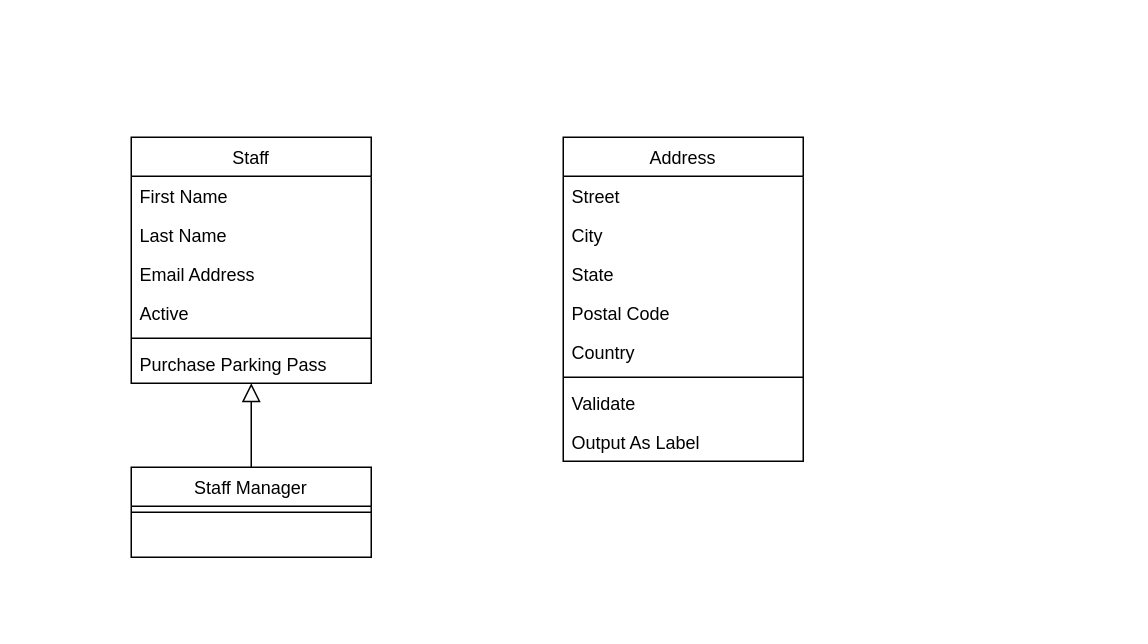
Above: Planner.drawio in Henchway/Planner (draw.io), before the change. Source tidied: cells renumbered, new cells numbered last; positions are measured from the earlier drawing's top-left corner, leaving out a move shared by most shapes. Both pictures are drawn from the tidied source at 150%, with x=0, y=0 at pixel (130, 136).
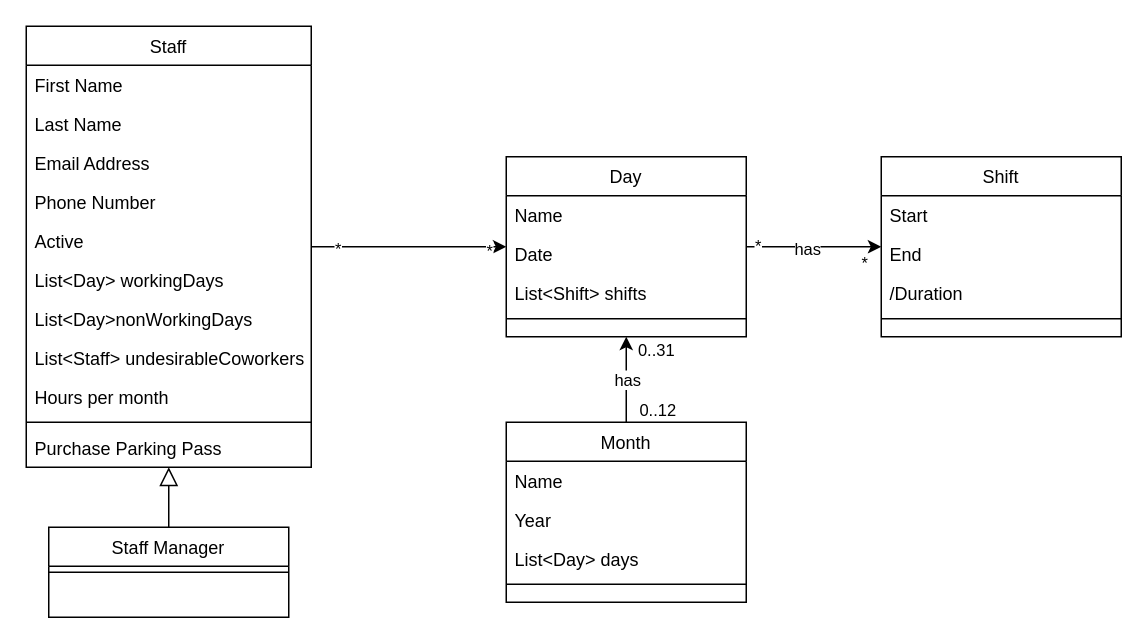
Above is the later version.

The edit, as a diff of the source:
```diff
@@
+    <mxCell id="21" style="edgeStyle=orthogonalEdgeStyle;rounded=0;jettySize=auto;html=1;" parent="1" edge="1" source="2" target="34">
+      <mxGeometry relative="1" as="geometry" />
+    </mxCell>
+    <mxCell id="22" value="*" style="edgeLabel;html=1;align=center;verticalAlign=middle;" parent="21" vertex="1">
+      <mxGeometry x="-0.74" y="-1" relative="1" as="geometry" />
+    </mxCell>
+    <mxCell id="23" value="*" style="edgeLabel;html=1;align=center;verticalAlign=middle;" parent="21" vertex="1">
+      <mxGeometry x="0.82" y="-2" relative="1" as="geometry" />
+    </mxCell>
     <mxCell id="2" value="Staff" style="swimlane;fontStyle=0;align=center;verticalAlign=top;horizontal=1;startSize=26;rounded=0;shadow=0;strokeWidth=1;" parent="1" vertex="1">
-      <mxGeometry width="160" height="164" as="geometry" />
+      <mxGeometry x="-70" y="-74" width="190" height="294" as="geometry" />
     </mxCell>
     <mxCell id="3" value="First Name" style="text;align=left;verticalAlign=top;spacingLeft=4;spacingRight=4;overflow=hidden;" parent="2" vertex="1">
-      <mxGeometry y="26" width="160" height="26" as="geometry" />
+      <mxGeometry y="26" width="190" height="26" as="geometry" />
     </mxCell>
     <mxCell id="4" value="Last Name" style="text;align=left;verticalAlign=top;spacingLeft=4;spacingRight=4;overflow=hidden;rounded=0;shadow=0;html=0;" parent="2" vertex="1">
-      <mxGeometry y="52" width="160" height="26" as="geometry" />
+      <mxGeometry y="52" width="190" height="26" as="geometry" />
     </mxCell>
     <mxCell id="5" value="Email Address" style="text;align=left;verticalAlign=top;spacingLeft=4;spacingRight=4;overflow=hidden;rounded=0;shadow=0;html=0;" parent="2" vertex="1">
-      <mxGeometry y="78" width="160" height="26" as="geometry" />
+      <mxGeometry y="78" width="190" height="26" as="geometry" />
     </mxCell>
+    <mxCell id="24" value="Phone Number" style="text;align=left;verticalAlign=top;spacingLeft=4;spacingRight=4;overflow=hidden;rounded=0;shadow=0;html=0;" parent="2" vertex="1">
+      <mxGeometry y="104" width="190" height="26" as="geometry" />
+    </mxCell>
+    <mxCell id="25" value="Active" style="text;align=left;verticalAlign=top;spacingLeft=4;spacingRight=4;overflow=hidden;rounded=0;shadow=0;html=0;" parent="2" vertex="1">
+      <mxGeometry y="130" width="190" height="26" as="geometry" />
+    </mxCell>
+    <mxCell id="26" value="List&lt;Day&gt; workingDays" style="text;align=left;verticalAlign=top;spacingLeft=4;spacingRight=4;overflow=hidden;rounded=0;shadow=0;html=0;" parent="2" vertex="1">
+      <mxGeometry y="156" width="190" height="26" as="geometry" />
+    </mxCell>
+    <mxCell id="27" value="List&lt;Day&gt;nonWorkingDays" style="text;align=left;verticalAlign=top;spacingLeft=4;spacingRight=4;overflow=hidden;rounded=0;shadow=0;html=0;" parent="2" vertex="1">
+      <mxGeometry y="182" width="190" height="26" as="geometry" />
+    </mxCell>
-    <mxCell id="6" value="Active" style="text;align=left;verticalAlign=top;spacingLeft=4;spacingRight=4;overflow=hidden;rounded=0;shadow=0;html=0;" parent="2" vertex="1">
-      <mxGeometry y="104" width="160" height="26" as="geometry" />
+    <mxCell id="6" value="List&lt;Staff&gt; undesirableCoworkers" style="text;align=left;verticalAlign=top;spacingLeft=4;spacingRight=4;overflow=hidden;rounded=0;shadow=0;html=0;" parent="2" vertex="1">
+      <mxGeometry y="208" width="190" height="26" as="geometry" />
     </mxCell>
+    <mxCell id="28" value="Hours per month" style="text;align=left;verticalAlign=top;spacingLeft=4;spacingRight=4;overflow=hidden;rounded=0;shadow=0;html=0;" parent="2" vertex="1">
+      <mxGeometry y="234" width="190" height="26" as="geometry" />
+    </mxCell>
     <mxCell id="7" style="line;html=1;strokeWidth=1;align=left;verticalAlign=middle;spacingTop=-1;spacingLeft=3;spacingRight=3;labelPosition=right;" parent="2" vertex="1">
-      <mxGeometry y="130" width="160" height="8" as="geometry" />
+      <mxGeometry y="260" width="190" height="8" as="geometry" />
     </mxCell>
     <mxCell id="8" value="Purchase Parking Pass" style="text;align=left;verticalAlign=top;spacingLeft=4;spacingRight=4;overflow=hidden;" parent="2" vertex="1">
-      <mxGeometry y="138" width="160" height="26" as="geometry" />
+      <mxGeometry y="268" width="190" height="26" as="geometry" />
     </mxCell>
     <mxCell id="9" value="Staff Manager" style="swimlane;fontStyle=0;align=center;verticalAlign=top;horizontal=1;startSize=26;rounded=0;shadow=0;strokeWidth=1;" parent="1" vertex="1">
-      <mxGeometry y="220" width="160" height="60" as="geometry" />
+      <mxGeometry x="-55" y="260" width="160" height="60" as="geometry" />
     </mxCell>
@@
-    <mxCell id="12" value="Address" style="swimlane;fontStyle=0;align=center;verticalAlign=top;horizontal=1;startSize=26;rounded=0;shadow=0;strokeWidth=1;" parent="1" vertex="1">
-      <mxGeometry x="288" width="160" height="216" as="geometry" />
+    <mxCell id="12" value="Shift" style="swimlane;fontStyle=0;align=center;verticalAlign=top;horizontal=1;startSize=26;rounded=0;shadow=0;strokeWidth=1;" parent="1" vertex="1">
+      <mxGeometry x="500" y="13" width="160" height="120" as="geometry" />
     </mxCell>
-    <mxCell id="13" value="Street" style="text;align=left;verticalAlign=top;spacingLeft=4;spacingRight=4;overflow=hidden;" parent="12" vertex="1">
+    <mxCell id="13" value="Start" style="text;align=left;verticalAlign=top;spacingLeft=4;spacingRight=4;overflow=hidden;" parent="12" vertex="1">
       <mxGeometry y="26" width="160" height="26" as="geometry" />
     </mxCell>
-    <mxCell id="14" value="City" style="text;align=left;verticalAlign=top;spacingLeft=4;spacingRight=4;overflow=hidden;rounded=0;shadow=0;html=0;" parent="12" vertex="1">
+    <mxCell id="14" value="End" style="text;align=left;verticalAlign=top;spacingLeft=4;spacingRight=4;overflow=hidden;rounded=0;shadow=0;html=0;" parent="12" vertex="1">
       <mxGeometry y="52" width="160" height="26" as="geometry" />
     </mxCell>
-    <mxCell id="15" value="State" style="text;align=left;verticalAlign=top;spacingLeft=4;spacingRight=4;overflow=hidden;rounded=0;shadow=0;html=0;" parent="12" vertex="1">
-      <mxGeometry y="78" width="160" height="26" as="geometry" />
-    </mxCell>
-    <mxCell id="16" value="Postal Code" style="text;align=left;verticalAlign=top;spacingLeft=4;spacingRight=4;overflow=hidden;rounded=0;shadow=0;html=0;" parent="12" vertex="1">
-      <mxGeometry y="104" width="160" height="26" as="geometry" />
-    </mxCell>
-    <mxCell id="17" value="Country" style="text;align=left;verticalAlign=top;spacingLeft=4;spacingRight=4;overflow=hidden;rounded=0;shadow=0;html=0;" parent="12" vertex="1">
-      <mxGeometry y="130" width="160" height="26" as="geometry" />
-    </mxCell>
+    <mxCell id="29" value="/Duration" style="text;align=left;verticalAlign=top;spacingLeft=4;spacingRight=4;overflow=hidden;rounded=0;shadow=0;html=0;fontStyle=0;" parent="12" vertex="1">
+      <mxGeometry y="78" width="160" height="26" as="geometry" />
+    </mxCell>
     <mxCell id="18" style="line;html=1;strokeWidth=1;align=left;verticalAlign=middle;spacingTop=-1;spacingLeft=3;spacingRight=3;labelPosition=right;" parent="12" vertex="1">
-      <mxGeometry y="156" width="160" height="8" as="geometry" />
+      <mxGeometry y="104" width="160" height="8" as="geometry" />
     </mxCell>
-    <mxCell id="19" value="Validate" style="text;align=left;verticalAlign=top;spacingLeft=4;spacingRight=4;overflow=hidden;" parent="12" vertex="1">
-      <mxGeometry y="164" width="160" height="26" as="geometry" />
-    </mxCell>
-    <mxCell id="20" value="Output As Label" style="text;align=left;verticalAlign=top;spacingLeft=4;spacingRight=4;overflow=hidden;" parent="12" vertex="1">
-      <mxGeometry y="190" width="160" height="26" as="geometry" />
-    </mxCell>
+    <mxCell id="30" style="edgeStyle=orthogonalEdgeStyle;rounded=0;jettySize=auto;html=1;" parent="1" edge="1" source="34" target="12">
+      <mxGeometry relative="1" as="geometry" />
+    </mxCell>
+    <mxCell id="31" value="*" style="edgeLabel;html=1;align=center;verticalAlign=middle;" parent="30" vertex="1">
+      <mxGeometry x="-0.84" y="1" relative="1" as="geometry" />
+    </mxCell>
+    <mxCell id="32" value="*" style="edgeLabel;html=1;align=center;verticalAlign=middle;" parent="30" vertex="1">
+      <mxGeometry x="0.74" y="1" relative="1" as="geometry">
+        <mxPoint y="11" as="offset" />
+      </mxGeometry>
+    </mxCell>
+    <mxCell id="33" value="has" style="edgeLabel;html=1;align=center;verticalAlign=middle;" parent="30" vertex="1">
+      <mxGeometry x="-0.07" y="-1" relative="1" as="geometry">
+        <mxPoint x="-2" as="offset" />
+      </mxGeometry>
+    </mxCell>
+    <mxCell id="34" value="Day" style="swimlane;fontStyle=0;align=center;verticalAlign=top;horizontal=1;startSize=26;rounded=0;shadow=0;strokeWidth=1;" parent="1" vertex="1">
+      <mxGeometry x="250" y="13" width="160" height="120" as="geometry" />
+    </mxCell>
+    <mxCell id="35" value="Name" style="text;align=left;verticalAlign=top;spacingLeft=4;spacingRight=4;overflow=hidden;" parent="34" vertex="1">
+      <mxGeometry y="26" width="160" height="26" as="geometry" />
+    </mxCell>
+    <mxCell id="36" value="Date" style="text;align=left;verticalAlign=top;spacingLeft=4;spacingRight=4;overflow=hidden;rounded=0;shadow=0;html=0;" parent="34" vertex="1">
+      <mxGeometry y="52" width="160" height="26" as="geometry" />
+    </mxCell>
+    <mxCell id="37" value="List&lt;Shift&gt; shifts" style="text;align=left;verticalAlign=top;spacingLeft=4;spacingRight=4;overflow=hidden;rounded=0;shadow=0;html=0;" parent="34" vertex="1">
+      <mxGeometry y="78" width="160" height="26" as="geometry" />
+    </mxCell>
+    <mxCell id="38" style="line;html=1;strokeWidth=1;align=left;verticalAlign=middle;spacingTop=-1;spacingLeft=3;spacingRight=3;labelPosition=right;" parent="34" vertex="1">
+      <mxGeometry y="104" width="160" height="8" as="geometry" />
+    </mxCell>
+    <mxCell id="39" value="0..31" style="edgeStyle=orthogonalEdgeStyle;rounded=0;jettySize=auto;html=1;" parent="1" edge="1" source="42" target="34">
+      <mxGeometry x="0.67" y="-20" relative="1" as="geometry" />
+    </mxCell>
+    <mxCell id="40" value="0..12" style="edgeLabel;html=1;align=center;verticalAlign=middle;" parent="39" vertex="1">
+      <mxGeometry x="0.15" relative="1" as="geometry">
+        <mxPoint x="20" y="24" as="offset" />
+      </mxGeometry>
+    </mxCell>
+    <mxCell id="41" value="has" style="edgeLabel;html=1;align=center;verticalAlign=middle;" parent="39" vertex="1">
+      <mxGeometry x="-0.06" relative="1" as="geometry">
+        <mxPoint y="-2" as="offset" />
+      </mxGeometry>
+    </mxCell>
+    <mxCell id="42" value="Month" style="swimlane;fontStyle=0;align=center;verticalAlign=top;horizontal=1;startSize=26;rounded=0;shadow=0;strokeWidth=1;" parent="1" vertex="1">
+      <mxGeometry x="250" y="190" width="160" height="120" as="geometry" />
+    </mxCell>
+    <mxCell id="43" value="Name" style="text;align=left;verticalAlign=top;spacingLeft=4;spacingRight=4;overflow=hidden;" parent="42" vertex="1">
+      <mxGeometry y="26" width="160" height="26" as="geometry" />
+    </mxCell>
+    <mxCell id="44" value="Year" style="text;align=left;verticalAlign=top;spacingLeft=4;spacingRight=4;overflow=hidden;" parent="42" vertex="1">
+      <mxGeometry y="52" width="160" height="26" as="geometry" />
+    </mxCell>
+    <mxCell id="45" value="List&lt;Day&gt; days" style="text;align=left;verticalAlign=top;spacingLeft=4;spacingRight=4;overflow=hidden;rounded=0;shadow=0;html=0;" parent="42" vertex="1">
+      <mxGeometry y="78" width="160" height="26" as="geometry" />
+    </mxCell>
+    <mxCell id="46" style="line;html=1;strokeWidth=1;align=left;verticalAlign=middle;spacingTop=-1;spacingLeft=3;spacingRight=3;labelPosition=right;" parent="42" vertex="1">
+      <mxGeometry y="104" width="160" height="8" as="geometry" />
+    </mxCell>
```
